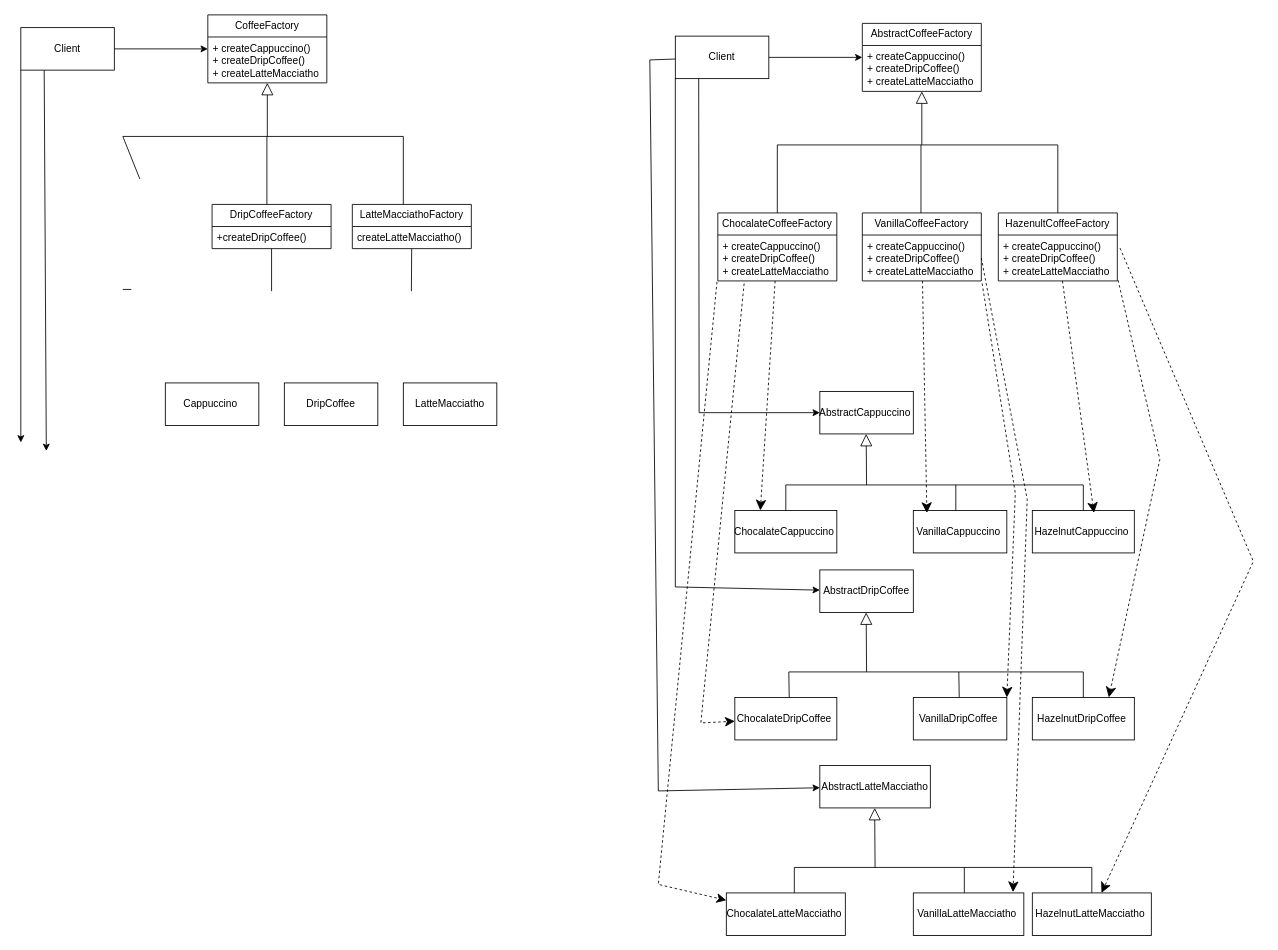
Earlier version of the draw.io diagram coffeeShop.drawio (sirfan123/1530). Source tidied: cells renumbered, new cells numbered last; positions are measured from the earlier drawing's top-left corner, leaving out a move shared by most shapes. Both pictures are drawn from the tidied source at 85%, with x=0, y=0 at pixel (20, 14).
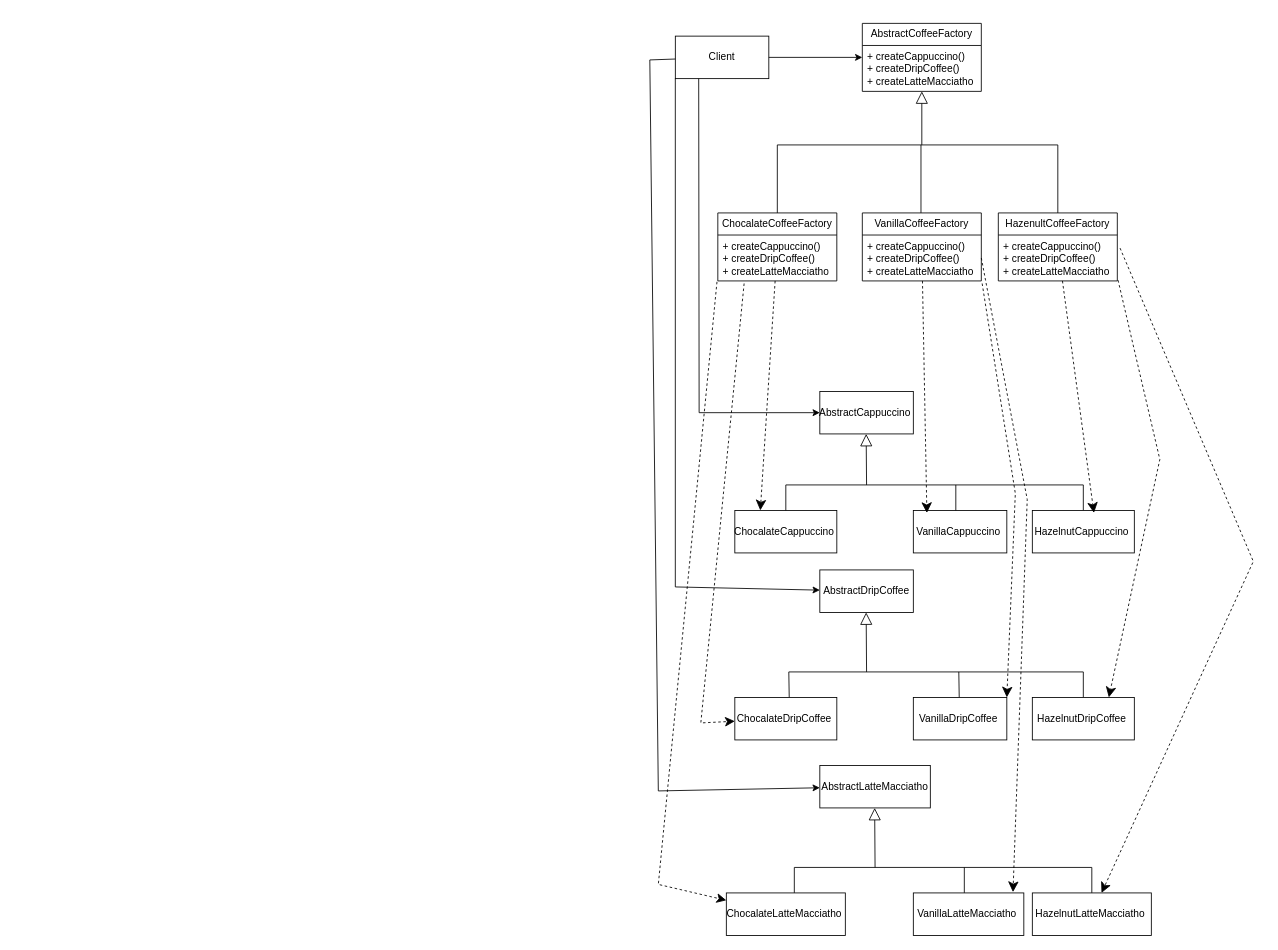
After the change.

The edit, as a diff of the source:
```diff
@@
-    <mxCell id="2" value="CoffeeFactory" style="swimlane;fontStyle=0;horizontal=1;startSize=26;fillColor=none;whiteSpace=wrap;html=1;" parent="1" vertex="1">
-      <mxGeometry x="220" width="140" height="80" as="geometry" />
-    </mxCell>
-    <mxCell id="3" value="+ createCappuccino()&lt;br&gt;+ createDripCoffee()&lt;br&gt;+ createLatteMacciatho" style="text;strokeColor=none;fillColor=none;align=left;verticalAlign=top;spacingLeft=4;spacingRight=4;overflow=hidden;whiteSpace=wrap;html=1;" parent="2" vertex="1">
-      <mxGeometry y="26" width="140" height="54" as="geometry" />
-    </mxCell>
-    <mxCell id="4" value="Client" style="html=1;whiteSpace=wrap;" parent="1" vertex="1">
-      <mxGeometry y="15" width="110" height="50" as="geometry" />
-    </mxCell>
-    <mxCell id="5" style="endArrow=classic;html=1;rounded=0;" parent="1" edge="1" source="4" target="2">
-      <mxGeometry relative="1" as="geometry" />
-    </mxCell>
-    <mxCell id="6" style="endArrow=block;html=1;rounded=0;endFill=0;endSize=12;" parent="1" edge="1" target="2">
-      <mxGeometry relative="1" as="geometry">
-        <mxPoint x="290" y="143" as="sourcePoint" />
-      </mxGeometry>
-    </mxCell>
-    <mxCell id="7" value="DripCoffeeFactory" style="swimlane;fontStyle=0;horizontal=1;startSize=26;fillColor=none;whiteSpace=wrap;html=1;" parent="1" vertex="1">
-      <mxGeometry x="225" y="223" width="140" height="52" as="geometry" />
-    </mxCell>
-    <mxCell id="8" value="+createDripCoffee()" style="text;strokeColor=none;fillColor=none;align=left;verticalAlign=top;spacingLeft=4;spacingRight=4;overflow=hidden;whiteSpace=wrap;html=1;" parent="7" vertex="1">
-      <mxGeometry y="26" width="140" height="26" as="geometry" />
-    </mxCell>
-    <mxCell id="9" value="LatteMacciathoFactory" style="swimlane;fontStyle=0;horizontal=1;startSize=26;fillColor=none;whiteSpace=wrap;html=1;" parent="1" vertex="1">
-      <mxGeometry x="390" y="223" width="140" height="52" as="geometry" />
-    </mxCell>
-    <mxCell id="10" value="createLatteMacciatho()" style="text;strokeColor=none;fillColor=none;align=left;verticalAlign=top;spacingLeft=4;spacingRight=4;overflow=hidden;whiteSpace=wrap;html=1;" parent="9" vertex="1">
-      <mxGeometry y="26" width="140" height="26" as="geometry" />
-    </mxCell>
-    <mxCell id="11" style="endArrow=none;html=1;rounded=0;" parent="1" edge="1">
-      <mxGeometry relative="1" as="geometry">
-        <mxPoint x="120" y="143" as="sourcePoint" />
-        <mxPoint x="450" y="143" as="targetPoint" />
-      </mxGeometry>
-    </mxCell>
-    <mxCell id="12" style="endArrow=none;html=1;rounded=0;" parent="1" edge="1">
-      <mxGeometry relative="1" as="geometry">
-        <mxPoint x="140" y="193" as="sourcePoint" />
-        <mxPoint x="120" y="143" as="targetPoint" />
-      </mxGeometry>
-    </mxCell>
-    <mxCell id="13" style="endArrow=none;html=1;rounded=0;" parent="1" edge="1">
-      <mxGeometry relative="1" as="geometry">
-        <mxPoint x="289.5" y="223" as="sourcePoint" />
-        <mxPoint x="289.5" y="143" as="targetPoint" />
-      </mxGeometry>
-    </mxCell>
-    <mxCell id="14" style="endArrow=none;html=1;rounded=0;" parent="1" edge="1">
-      <mxGeometry relative="1" as="geometry">
-        <mxPoint x="450" y="223" as="sourcePoint" />
-        <mxPoint x="450" y="143" as="targetPoint" />
-      </mxGeometry>
-    </mxCell>
-    <mxCell id="15" style="endArrow=none;html=1;rounded=0;" parent="1" edge="1">
-      <mxGeometry relative="1" as="geometry">
-        <mxPoint x="120" y="323" as="sourcePoint" />
-        <mxPoint x="130" y="323" as="targetPoint" />
-      </mxGeometry>
-    </mxCell>
-    <mxCell id="16" style="endArrow=none;html=1;rounded=0;" parent="1" edge="1" target="7">
-      <mxGeometry relative="1" as="geometry">
-        <mxPoint x="295" y="325" as="sourcePoint" />
-      </mxGeometry>
-    </mxCell>
-    <mxCell id="17" style="endArrow=none;html=1;rounded=0;" parent="1" edge="1" target="9">
-      <mxGeometry relative="1" as="geometry">
-        <mxPoint x="459.5" y="325" as="sourcePoint" />
-      </mxGeometry>
-    </mxCell>
-    <mxCell id="18" style="endArrow=classic;html=1;rounded=0;exitX=0;exitY=1;exitDx=0;exitDy=0;" parent="1" edge="1" source="4">
-      <mxGeometry relative="1" as="geometry">
-        <mxPoint y="503" as="targetPoint" />
-      </mxGeometry>
-    </mxCell>
-    <mxCell id="19" style="endArrow=classic;html=1;rounded=0;exitX=0.25;exitY=1;exitDx=0;exitDy=0;" parent="1" edge="1" source="4">
-      <mxGeometry relative="1" as="geometry">
-        <mxPoint x="30" y="513" as="targetPoint" />
-      </mxGeometry>
-    </mxCell>
-    <mxCell id="20" value="Cappuccino&amp;nbsp;" style="html=1;whiteSpace=wrap;" parent="1" vertex="1">
-      <mxGeometry x="170" y="433" width="110" height="50" as="geometry" />
-    </mxCell>
-    <mxCell id="21" value="DripCoffee" style="html=1;whiteSpace=wrap;" parent="1" vertex="1">
-      <mxGeometry x="310" y="433" width="110" height="50" as="geometry" />
-    </mxCell>
-    <mxCell id="22" value="LatteMacciatho" style="html=1;whiteSpace=wrap;" parent="1" vertex="1">
-      <mxGeometry x="450" y="433" width="110" height="50" as="geometry" />
-    </mxCell>
```
